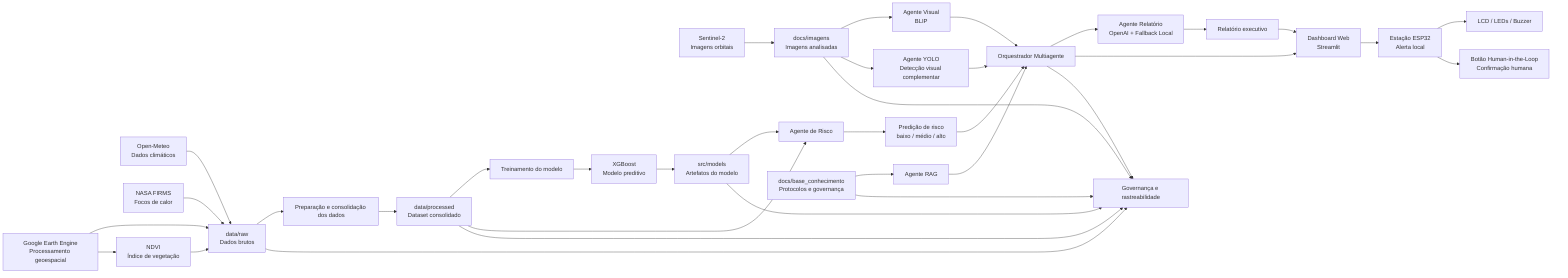
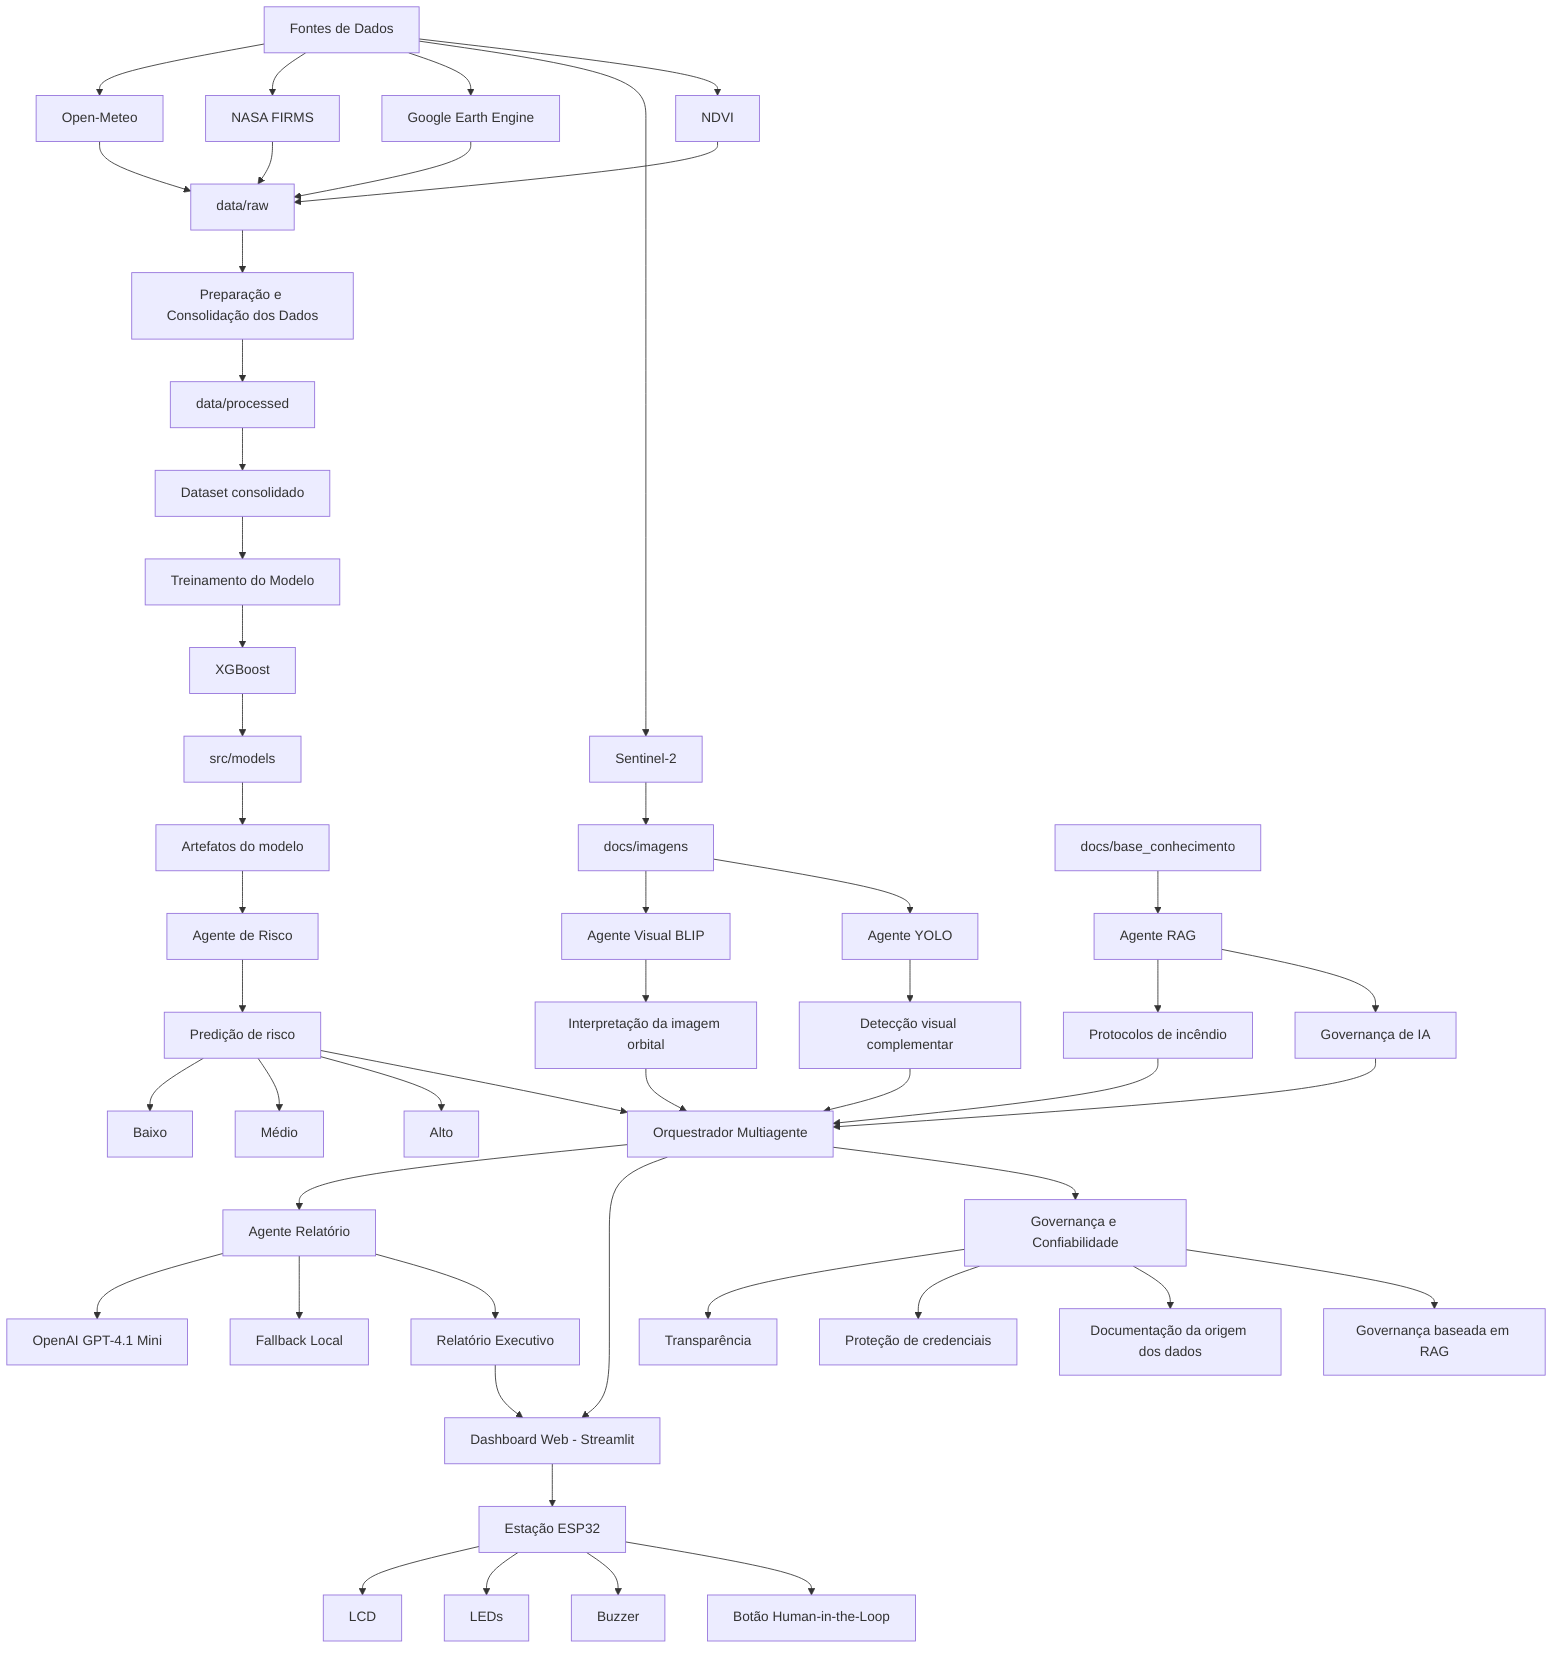
- flowchart LR
+ flowchart TD

-     A[Open-Meteo<br/>Dados climáticos] --> B[data/raw<br/>Dados brutos]
-     C[NASA FIRMS<br/>Focos de calor] --> B
-     D[Google Earth Engine<br/>Processamento geoespacial] --> B
-     E[Sentinel-2<br/>Imagens orbitais] --> F[docs/imagens<br/>Imagens analisadas]
-     D --> G[NDVI<br/>Índice de vegetação]
-     G --> B
+     A[Fontes de Dados] --> B[Open-Meteo]
+     A --> C[NASA FIRMS]
+     A --> D[Google Earth Engine]
+     A --> E[Sentinel-2]
+     A --> F[NDVI]

-     B --> H[Preparação e consolidação dos dados]
-     H --> I[data/processed<br/>Dataset consolidado]
+     B --> G[data/raw]
+     C --> G
+     D --> G
+     E --> H[docs/imagens]
+     F --> G

-     I --> J[Treinamento do modelo]
-     J --> K[XGBoost<br/>Modelo preditivo]
-     K --> L[src/models<br/>Artefatos do modelo]
+     G --> I[Preparação e Consolidação dos Dados]
+     I --> J[data/processed]
+     J --> K[Dataset consolidado]

-     I --> M[Agente de Risco]
-     L --> M
-     M --> N[Predição de risco<br/>baixo / médio / alto]
+     K --> L[Treinamento do Modelo]
+     L --> M[XGBoost]
+     M --> N[src/models]
+     N --> O[Artefatos do modelo]
+     O --> P[Agente de Risco]

-     F --> O[Agente Visual<br/>BLIP]
-     F --> P[Agente YOLO<br/>Detecção visual complementar]
+     P --> Q[Predição de risco]
+     Q --> Q1[Baixo]
+     Q --> Q2[Médio]
+     Q --> Q3[Alto]

-     Q[docs/base_conhecimento<br/>Protocolos e governança] --> R[Agente RAG]
+     H --> R[Agente Visual BLIP]
+     R --> R1[Interpretação da imagem orbital]

-     N --> S[Orquestrador Multiagente]
-     O --> S
-     P --> S
-     R --> S
+     H --> S[Agente YOLO]
+     S --> S1[Detecção visual complementar]

-     S --> T[Agente Relatório<br/>OpenAI + Fallback Local]
-     T --> U[Relatório executivo]
+     T[docs/base_conhecimento] --> U[Agente RAG]
+     U --> U1[Protocolos de incêndio]
+     U --> U2[Governança de IA]

-     S --> V[Dashboard Web<br/>Streamlit]
-     U --> V
+     Q --> V[Orquestrador Multiagente]
+     R1 --> V
+     S1 --> V
+     U1 --> V
+     U2 --> V

-     V --> W[Estação ESP32<br/>Alerta local]
-     W --> X[LCD / LEDs / Buzzer]
-     W --> Y[Botão Human-in-the-Loop<br/>Confirmação humana]
+     V --> W[Agente Relatório]
+     W --> W1[OpenAI GPT-4.1 Mini]
+     W --> W2[Fallback Local]
+     W --> X[Relatório Executivo]

-     B --> Z[Governança e rastreabilidade]
-     I --> Z
-     F --> Z
-     L --> Z
-     Q --> Z
-     S --> Z+     V --> Y[Dashboard Web - Streamlit]
+     X --> Y
+ 
+     Y --> Z[Estação ESP32]
+     Z --> Z1[LCD]
+     Z --> Z2[LEDs]
+     Z --> Z3[Buzzer]
+     Z --> Z4[Botão Human-in-the-Loop]
+ 
+     V --> AA[Governança e Confiabilidade]
+     AA --> AA1[Transparência]
+     AA --> AA2[Proteção de credenciais]
+     AA --> AA3[Documentação da origem dos dados]
+     AA --> AA4[Governança baseada em RAG]